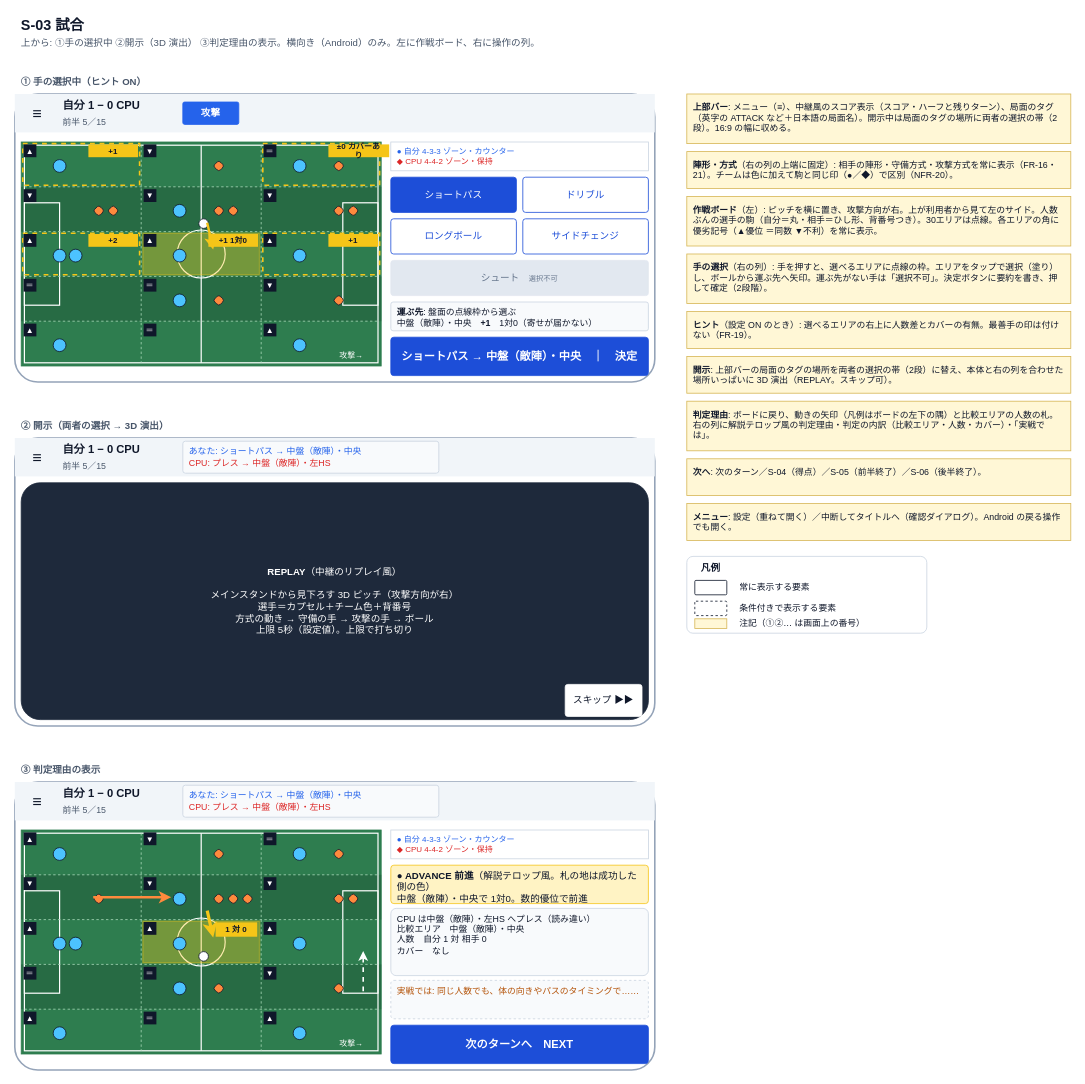
The draw.io diagram page "wireframe-s03-match" (3 of 12) of docs/specs/2_basic-design/wireframes.drawio in n-yata/soccer-sim, before the edit. Source tidied: cells renumbered, new cells numbered last; positions are measured from the earlier drawing's top-left corner, leaving out a move shared by most shapes. Both pictures are drawn from the tidied source at 80%, with x=0, y=0 at pixel (14, 14).
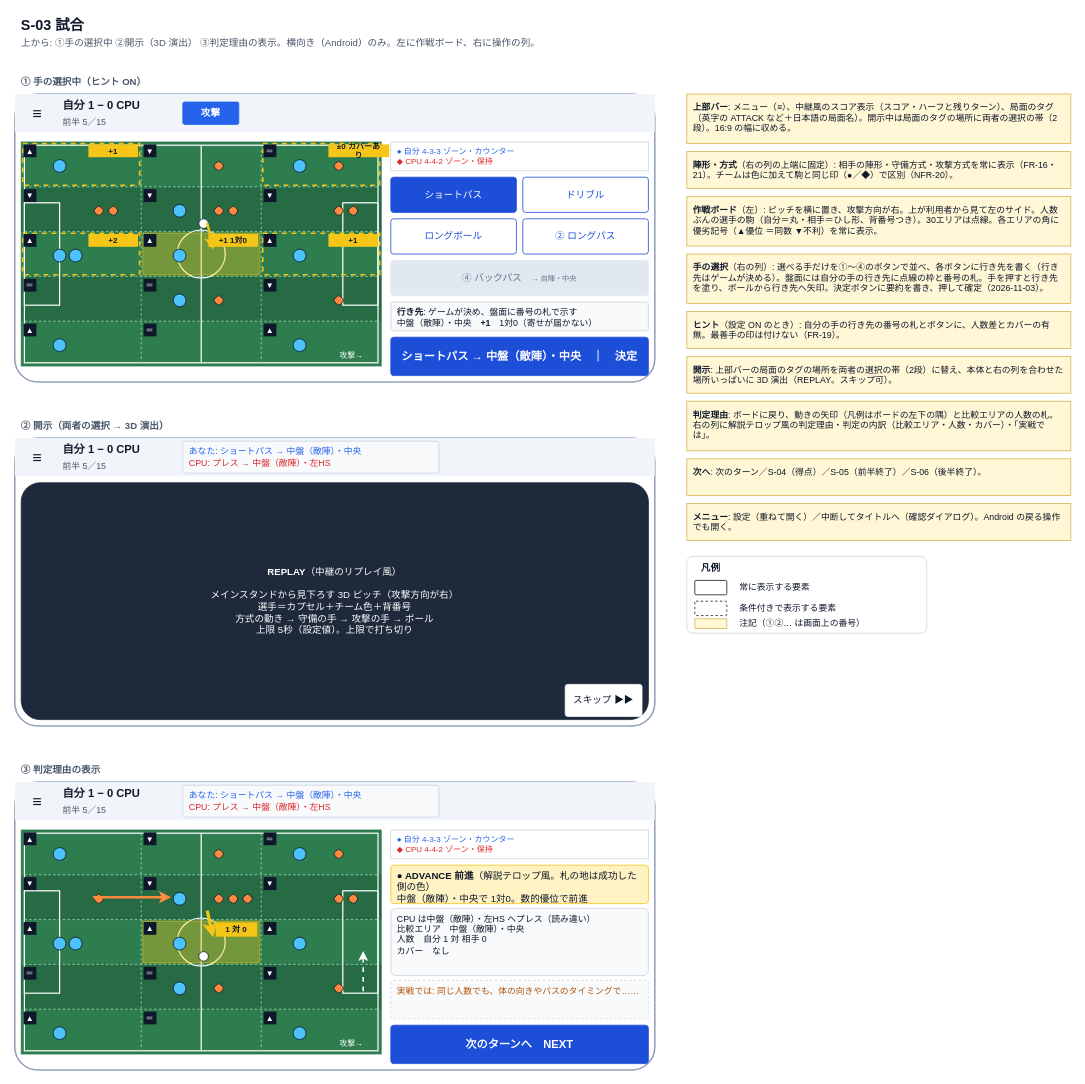
After the change.

What changed in the source:
```diff
@@
-    <mxCell id="76" value="サイドチェンジ" style="rounded=1;arcSize=8;whiteSpace=wrap;html=1;fillColor=#FFFFFF;strokeColor=#1D4ED8;fontSize=12;fontColor=#1D4ED8;align=center;verticalAlign=middle;spacingLeft=6;spacingRight=6;" parent="1" vertex="1">
+    <mxCell id="76" value="② ロングパス" style="rounded=1;arcSize=8;whiteSpace=wrap;html=1;fillColor=#FFFFFF;strokeColor=#1D4ED8;fontSize=12;fontColor=#1D4ED8;align=center;verticalAlign=middle;spacingLeft=6;spacingRight=6;" parent="1" vertex="1">
       <mxGeometry x="635" y="256" width="157" height="44" as="geometry" />
     </mxCell>
-    <mxCell id="77" value="シュート　&lt;span style='font-size:9px'&gt;選択不可&lt;/span&gt;" style="rounded=1;arcSize=8;whiteSpace=wrap;html=1;fillColor=#E2E8F0;strokeColor=#E2E8F0;fontSize=12;fontColor=#64748B;align=center;verticalAlign=middle;spacingLeft=6;spacingRight=6;" parent="1" vertex="1">
+    <mxCell id="77" value="④ バックパス　&lt;span style='font-size:9px'&gt;→ 自陣・中央&lt;/span&gt;" style="rounded=1;arcSize=8;whiteSpace=wrap;html=1;fillColor=#E2E8F0;strokeColor=#E2E8F0;fontSize=12;fontColor=#64748B;align=center;verticalAlign=middle;spacingLeft=6;spacingRight=6;" parent="1" vertex="1">
       <mxGeometry x="470" y="308" width="322" height="44" as="geometry" />
     </mxCell>
@@
-    <mxCell id="79" value="&lt;b&gt;運ぶ先&lt;/b&gt;: 盤面の点線枠から選ぶ&lt;br&gt;中盤（敵陣）・中央　&lt;b&gt;+1&lt;/b&gt;　1対0（寄せが届かない）" style="rounded=1;arcSize=8;whiteSpace=wrap;html=1;fillColor=#F8FAFC;strokeColor=#CBD5E1;fontSize=11;fontColor=#0F172A;align=left;verticalAlign=top;spacingLeft=6;spacingRight=6;" parent="1" vertex="1">
+    <mxCell id="79" value="&lt;b&gt;行き先&lt;/b&gt;: ゲームが決め、盤面に番号の札で示す&lt;br&gt;中盤（敵陣）・中央　&lt;b&gt;+1&lt;/b&gt;　1対0（寄せが届かない）" style="rounded=1;arcSize=8;whiteSpace=wrap;html=1;fillColor=#F8FAFC;strokeColor=#CBD5E1;fontSize=11;fontColor=#0F172A;align=left;verticalAlign=top;spacingLeft=6;spacingRight=6;" parent="1" vertex="1">
       <mxGeometry x="470" y="360" width="322" height="36" as="geometry" />
     </mxCell>
@@
-    <mxCell id="161" value="&lt;b&gt;手の選択&lt;/b&gt;（右の列）: 手を押すと、選べるエリアに点線の枠。エリアをタップで選択（塗り）し、ボールから運ぶ先へ矢印。運ぶ先がない手は「選択不可」。決定ボタンに要約を書き、押して確定（2段階）。" style="rounded=0;arcSize=8;whiteSpace=wrap;html=1;fillColor=#FFF7D6;strokeColor=#D6B656;fontSize=11;fontColor=#0F172A;align=left;verticalAlign=top;spacingLeft=6;spacingRight=6;spacingTop=4;" parent="1" vertex="1">
+    <mxCell id="161" value="&lt;b&gt;手の選択&lt;/b&gt;（右の列）: 選べる手だけを①〜④のボタンで並べ、各ボタンに行き先を書く（行き先はゲームが決める）。盤面には自分の手の行き先に点線の枠と番号の札。手を押すと行き先を塗り、ボールから行き先へ矢印。決定ボタンに要約を書き、押して確定（2026-11-03）。" style="rounded=0;arcSize=8;whiteSpace=wrap;html=1;fillColor=#FFF7D6;strokeColor=#D6B656;fontSize=11;fontColor=#0F172A;align=left;verticalAlign=top;spacingLeft=6;spacingRight=6;spacingTop=4;" parent="1" vertex="1">
       <mxGeometry x="840" y="300" width="480" height="62" as="geometry" />
     </mxCell>
-    <mxCell id="162" value="&lt;b&gt;ヒント&lt;/b&gt;（設定 ON のとき）: 選べるエリアの右上に人数差とカバーの有無。最善手の印は付けない（FR-19）。" style="rounded=0;arcSize=8;whiteSpace=wrap;html=1;fillColor=#FFF7D6;strokeColor=#D6B656;fontSize=11;fontColor=#0F172A;align=left;verticalAlign=top;spacingLeft=6;spacingRight=6;spacingTop=4;" parent="1" vertex="1">
+    <mxCell id="162" value="&lt;b&gt;ヒント&lt;/b&gt;（設定 ON のとき）: 自分の手の行き先の番号の札とボタンに、人数差とカバーの有無。最善手の印は付けない（FR-19）。" style="rounded=0;arcSize=8;whiteSpace=wrap;html=1;fillColor=#FFF7D6;strokeColor=#D6B656;fontSize=11;fontColor=#0F172A;align=left;verticalAlign=top;spacingLeft=6;spacingRight=6;spacingTop=4;" parent="1" vertex="1">
       <mxGeometry x="840" y="372" width="480" height="46" as="geometry" />
     </mxCell>
```
